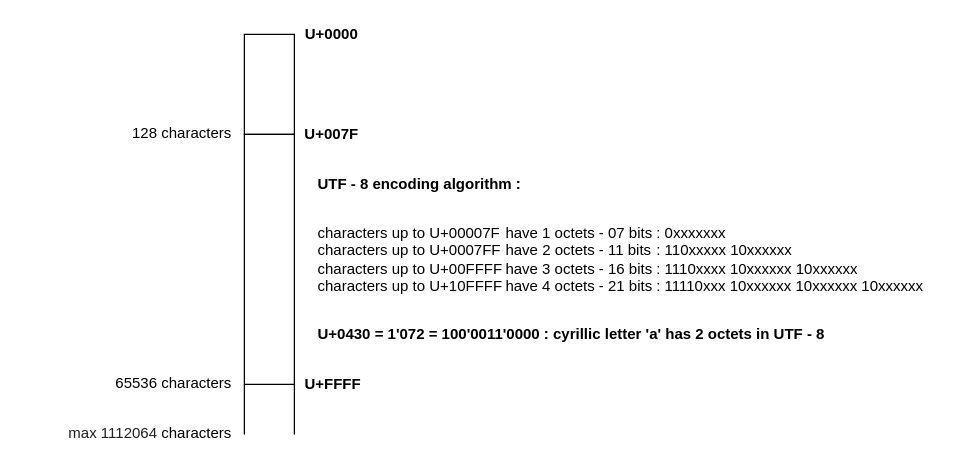
Earlier version of the draw.io diagram projects/examples/source/12.01.01.drawio (i-s-m-mipt/Education). Source tidied: cells renumbered, new cells numbered last; positions are measured from the earlier drawing's top-left corner, leaving out a move shared by most shapes. Both pictures are drawn from the tidied source at 125%, with x=0, y=0 at pixel (21, 21).
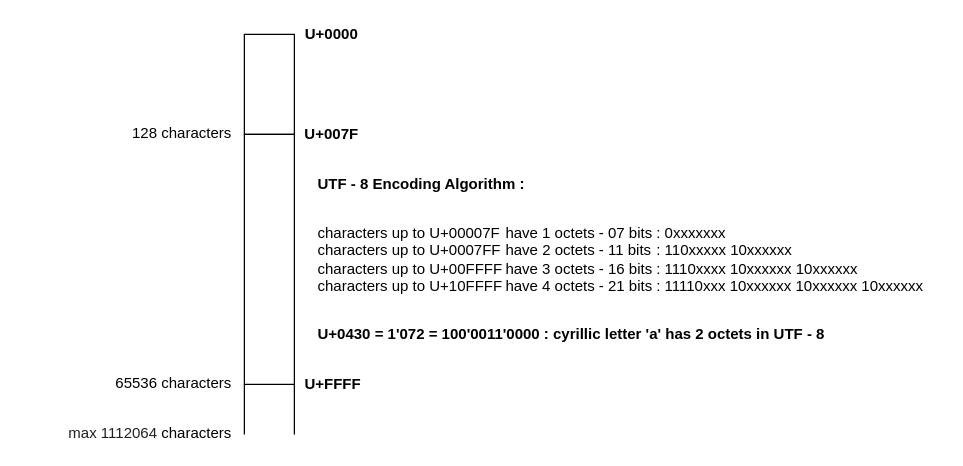
Above is the later version.

Change to the diagram source:
```diff
@@
 <mxGraphModel>
   <root>
     <mxCell id="0" />
     <mxCell id="1" parent="0" />
     <mxCell id="2" style="rounded=0;whiteSpace=wrap;html=1;fillColor=none;fontFamily=Helvetica;" parent="1" vertex="1">
       <mxGeometry x="178" y="10" width="40" height="80" as="geometry" />
     </mxCell>
     <mxCell id="3" style="rounded=0;whiteSpace=wrap;html=1;fillColor=none;fontFamily=Helvetica;" parent="1" vertex="1">
       <mxGeometry x="178" y="90" width="40" height="200" as="geometry" />
     </mxCell>
     <mxCell id="4" style="endArrow=none;html=1;rounded=0;entryX=0;entryY=1;entryDx=0;entryDy=0;fontFamily=Helvetica;" parent="1" edge="1">
       <mxGeometry relative="1" as="geometry">
         <mxPoint x="178" y="330" as="sourcePoint" />
         <mxPoint x="178" y="290" as="targetPoint" />
       </mxGeometry>
     </mxCell>
     <mxCell id="5" style="endArrow=none;html=1;rounded=0;entryX=0;entryY=1;entryDx=0;entryDy=0;fontFamily=Helvetica;" parent="1" edge="1">
       <mxGeometry relative="1" as="geometry">
         <mxPoint x="218" y="330" as="sourcePoint" />
         <mxPoint x="218" y="290" as="targetPoint" />
       </mxGeometry>
     </mxCell>
     <mxCell id="6" value="&lt;font&gt;&lt;b&gt;U+0000&lt;/b&gt;&lt;/font&gt;" style="text;html=1;align=center;verticalAlign=middle;whiteSpace=wrap;rounded=0;fontFamily=Helvetica;" parent="1" vertex="1">
       <mxGeometry x="218" width="60" height="20" as="geometry" />
     </mxCell>
     <mxCell id="7" value="&lt;font&gt;&lt;b&gt;U+007F&lt;/b&gt;&lt;/font&gt;" style="text;html=1;align=center;verticalAlign=middle;whiteSpace=wrap;rounded=0;fontFamily=Helvetica;" parent="1" vertex="1">
       <mxGeometry x="218" y="80" width="60" height="20" as="geometry" />
     </mxCell>
     <mxCell id="8" value="&lt;font&gt;&lt;b&gt;U+FFFF&lt;/b&gt;&lt;/font&gt;" style="text;html=1;align=center;verticalAlign=middle;whiteSpace=wrap;rounded=0;fontFamily=Helvetica;" parent="1" vertex="1">
       <mxGeometry x="219" y="280" width="60" height="20" as="geometry" />
     </mxCell>
     <mxCell id="9" value="&lt;font&gt;65536&amp;nbsp;characters&lt;/font&gt;" style="text;html=1;align=right;verticalAlign=middle;whiteSpace=wrap;rounded=0;fontFamily=Helvetica;" parent="1" vertex="1">
       <mxGeometry x="20" y="279" width="150" height="20" as="geometry" />
     </mxCell>
     <mxCell id="10" value="&lt;font&gt;128 characters&lt;/font&gt;" style="text;html=1;align=right;verticalAlign=middle;whiteSpace=wrap;rounded=0;fontFamily=Helvetica;" parent="1" vertex="1">
       <mxGeometry x="60" y="79" width="110" height="20" as="geometry" />
     </mxCell>
     <mxCell id="11" value="&lt;font&gt;&lt;b&gt;U+0430 = 1'072 = &lt;/b&gt;&lt;span style=&quot;background-color: rgb(255, 255, 255);&quot;&gt;&lt;font face=&quot;Helvetica&quot; style=&quot;&quot;&gt;&lt;b&gt;100'0011'0000&lt;/b&gt;&lt;/font&gt;&lt;/span&gt;&lt;b&gt;&amp;nbsp;: cyrillic letter '&lt;/b&gt;&lt;/font&gt;&lt;b style=&quot;&quot;&gt;а' has 2 octets in UTF - 8&lt;/b&gt;&lt;font&gt;&lt;b&gt;&amp;nbsp;&lt;/b&gt;&lt;/font&gt;" style="text;html=1;align=left;verticalAlign=middle;whiteSpace=wrap;rounded=0;fontFamily=Helvetica;" parent="1" vertex="1">
       <mxGeometry x="235" y="240" width="433" height="20" as="geometry" />
     </mxCell>
     <mxCell id="12" value="&lt;div&gt;&lt;font style=&quot;background-color: transparent; color: light-dark(rgb(0, 0, 0), rgb(255, 255, 255));&quot;&gt;characters up to U+&lt;/font&gt;&lt;font style=&quot;background-color: transparent; color: light-dark(rgb(0, 0, 0), rgb(255, 255, 255));&quot;&gt;00007F&lt;/font&gt;&lt;/div&gt;&lt;div&gt;&lt;font&gt;&lt;span style=&quot;background-color: transparent; color: light-dark(rgb(0, 0, 0), rgb(255, 255, 255));&quot;&gt;characters up to U+&lt;/span&gt;0007FF&lt;/font&gt;&lt;/div&gt;&lt;div&gt;&lt;font&gt;&lt;span style=&quot;background-color: transparent; color: light-dark(rgb(0, 0, 0), rgb(255, 255, 255));&quot;&gt;characters up to U+&lt;/span&gt;00FFFF&lt;/font&gt;&lt;/div&gt;&lt;div&gt;&lt;font style=&quot;background-color: transparent; color: light-dark(rgb(0, 0, 0), rgb(255, 255, 255));&quot;&gt;&lt;span style=&quot;background-color: transparent; color: light-dark(rgb(0, 0, 0), rgb(255, 255, 255));&quot;&gt;characters up to U+&lt;/span&gt;10FFFF&lt;/font&gt;&lt;/div&gt;" style="text;html=1;align=left;verticalAlign=middle;whiteSpace=wrap;rounded=0;fontFamily=Helvetica;" parent="1" vertex="1">
       <mxGeometry x="235" y="150" width="153" height="80" as="geometry" />
     </mxCell>
     <mxCell id="13" value="&lt;font&gt;&lt;span style=&quot;color: rgb(32, 33, 34); text-align: start; background-color: rgb(255, 255, 255);&quot;&gt;&lt;font style=&quot;font-size: 12px;&quot;&gt;&amp;nbsp;max 1112064&lt;/font&gt;&lt;/span&gt;&amp;nbsp;characters&lt;/font&gt;" style="text;html=1;align=right;verticalAlign=middle;whiteSpace=wrap;rounded=0;fontFamily=Helvetica;" parent="1" vertex="1">
       <mxGeometry y="319" width="170" height="20" as="geometry" />
     </mxCell>
     <mxCell id="14" value="&lt;div style=&quot;&quot;&gt;&lt;span style=&quot;background-color: transparent; color: light-dark(rgb(0, 0, 0), rgb(255, 255, 255));&quot;&gt;&amp;nbsp;have 1 octets - 07 bits&amp;nbsp;&lt;/span&gt;&lt;/div&gt;&lt;div style=&quot;&quot;&gt;&lt;span style=&quot;&quot;&gt;&amp;nbsp;&lt;/span&gt;have&amp;nbsp;&lt;span style=&quot;&quot;&gt;2 octets - 11 bits&amp;nbsp;&lt;/span&gt;&lt;/div&gt;&lt;div style=&quot;&quot;&gt;&lt;div&gt;&amp;nbsp;have&amp;nbsp;3 octets - 16 bits&amp;nbsp;&lt;/div&gt;&lt;div&gt;&amp;nbsp;have&amp;nbsp;4 octets - 21 bits&amp;nbsp;&lt;/div&gt;&lt;/div&gt;" style="text;html=1;align=left;verticalAlign=middle;whiteSpace=wrap;rounded=0;" parent="1" vertex="1">
       <mxGeometry x="381.5" y="150" width="140" height="80" as="geometry" />
     </mxCell>
-    <mxCell id="15" value="&lt;b style=&quot;&quot;&gt;UTF - 8 encoding algorithm :&lt;/b&gt;" style="text;html=1;align=left;verticalAlign=middle;whiteSpace=wrap;rounded=0;" parent="1" vertex="1">
+    <mxCell id="15" value="&lt;b style=&quot;&quot;&gt;UTF - 8 Encoding Algorithm :&lt;/b&gt;" style="text;html=1;align=left;verticalAlign=middle;whiteSpace=wrap;rounded=0;" parent="1" vertex="1">
       <mxGeometry x="235" y="120" width="433" height="20" as="geometry" />
     </mxCell>
     <mxCell id="16" value="&lt;span style=&quot;&quot;&gt;: 0xxxxxxx&lt;/span&gt;&lt;div&gt;: 110xxxxx 10xxxxxx&lt;span style=&quot;&quot;&gt;&lt;/span&gt;&lt;/div&gt;&lt;div&gt;: 1110xxxx 10xxxxxx 10xxxxxx&lt;/div&gt;&lt;div&gt;: 11110xxx&lt;span style=&quot;background-color: initial;&quot;&gt;&amp;nbsp;10xxxxxx&lt;/span&gt;&lt;span style=&quot;background-color: initial;&quot;&gt;&amp;nbsp;10xxxxxx&lt;/span&gt;&lt;span style=&quot;background-color: initial;&quot;&gt;&amp;nbsp;10xxxxxx&lt;/span&gt;&lt;/div&gt;" style="text;html=1;align=left;verticalAlign=middle;whiteSpace=wrap;rounded=0;" parent="1" vertex="1">
       <mxGeometry x="506" y="149.8" width="230" height="80.5" as="geometry" />
     </mxCell>
   </root>
 </mxGraphModel>
```
